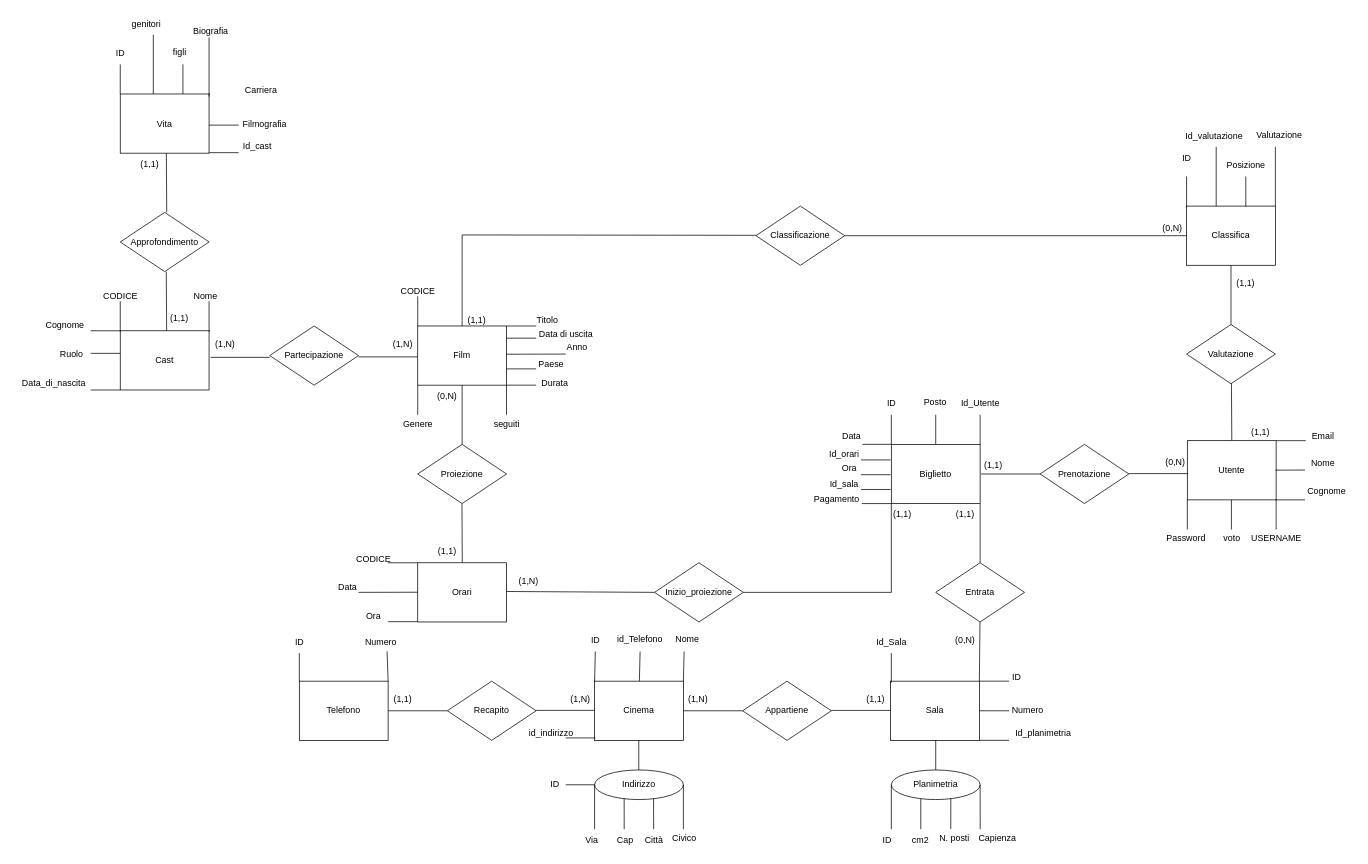
Before: Diagramma.drawio in FRANCO8724/10---Realizzazione-di-una-web-application, a draw.io diagram. Source tidied: cells renumbered, new cells numbered last; positions are measured from the earlier drawing's top-left corner, leaving out a move shared by most shapes. Both pictures are drawn from the tidied source at 74%, with x=0, y=0 at pixel (13, 12).
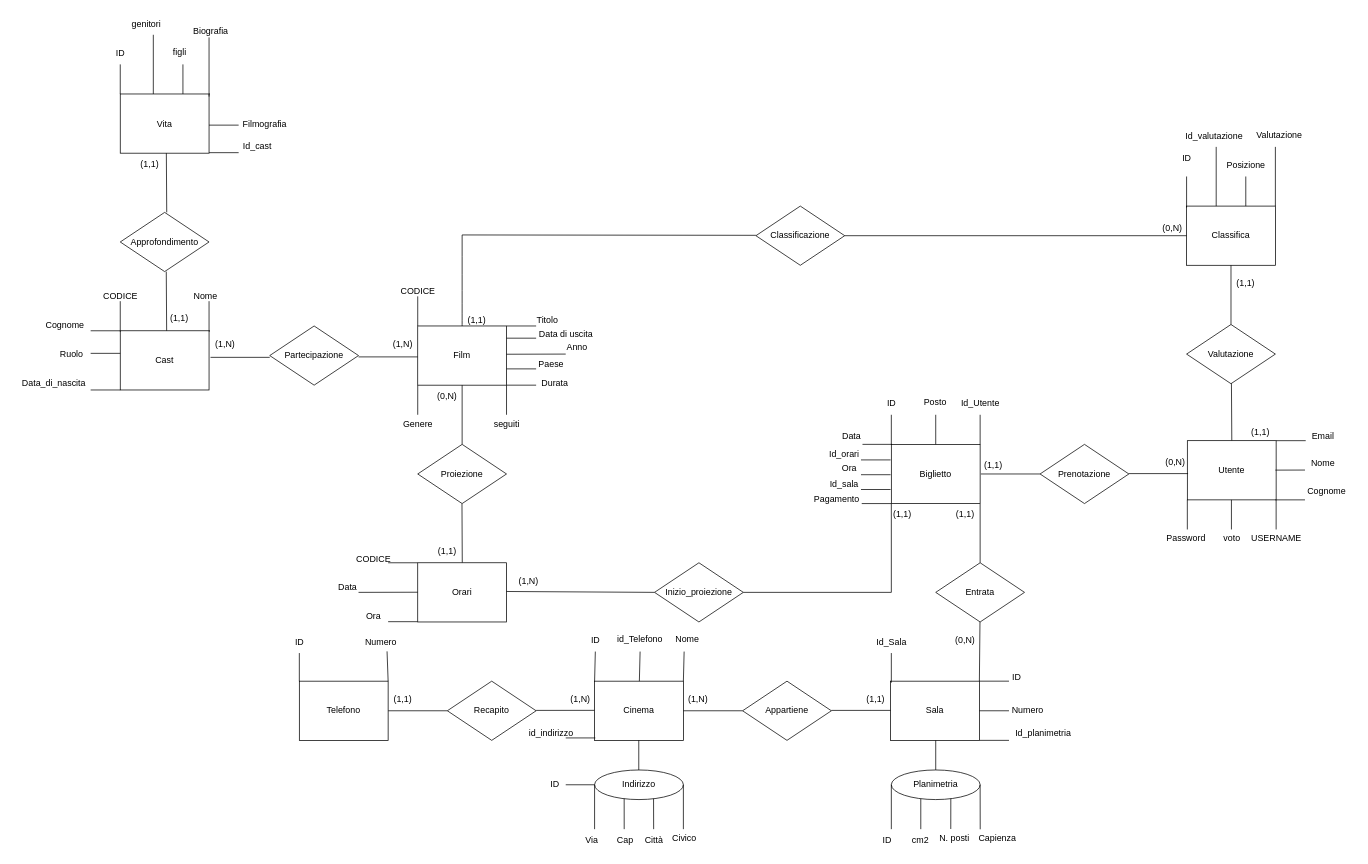
Above is the later version.

Diff of the diagram source:
```diff
@@
-    <mxCell id="47" value="Carriera" style="text;html=1;align=center;verticalAlign=middle;strokeColor=none;fillColor=none;flipH=0;flipV=0;" parent="1" vertex="1">
-      <mxGeometry x="300" y="90.5" width="70" height="30" as="geometry" />
-    </mxCell>
```
